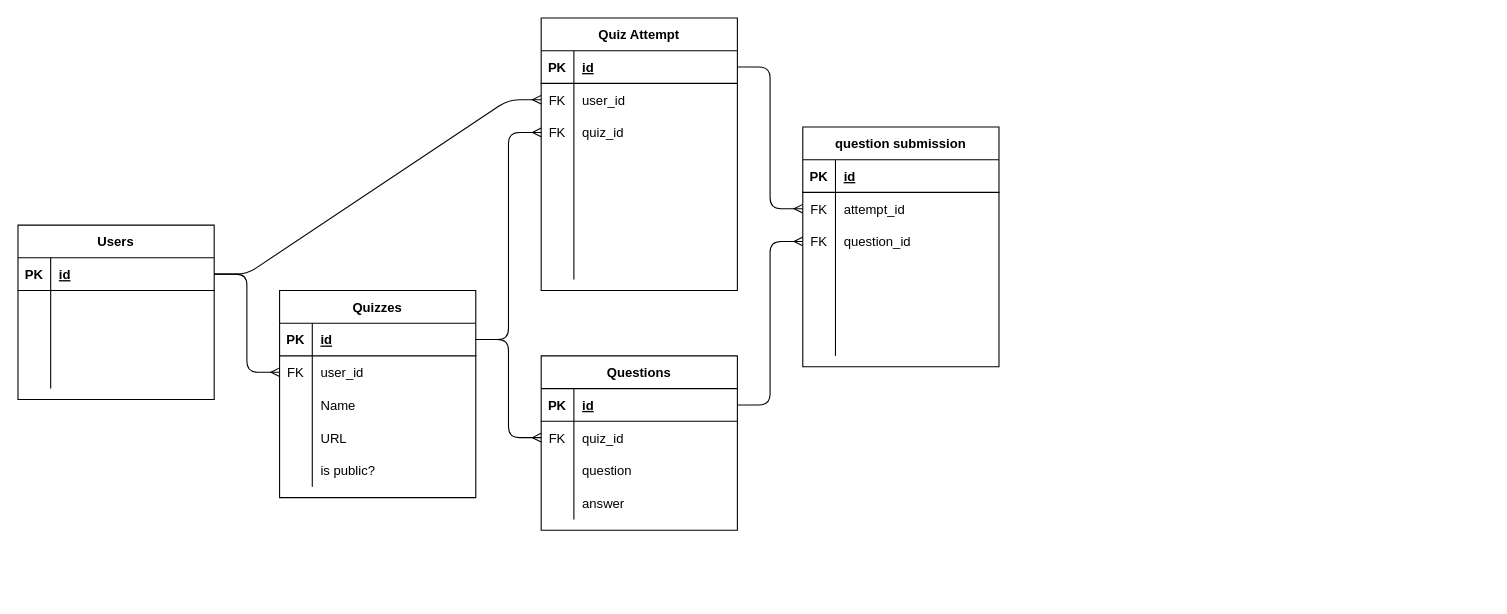
The draw.io diagram ERD.drawio in zhaxxDev/DeonNathanZMidterm, before the edit. Source tidied: cells renumbered, new cells numbered last; positions are measured from the earlier drawing's top-left corner, leaving out a move shared by most shapes. Both pictures are drawn from the tidied source at 109%, with x=0, y=0 at pixel (17, 17).
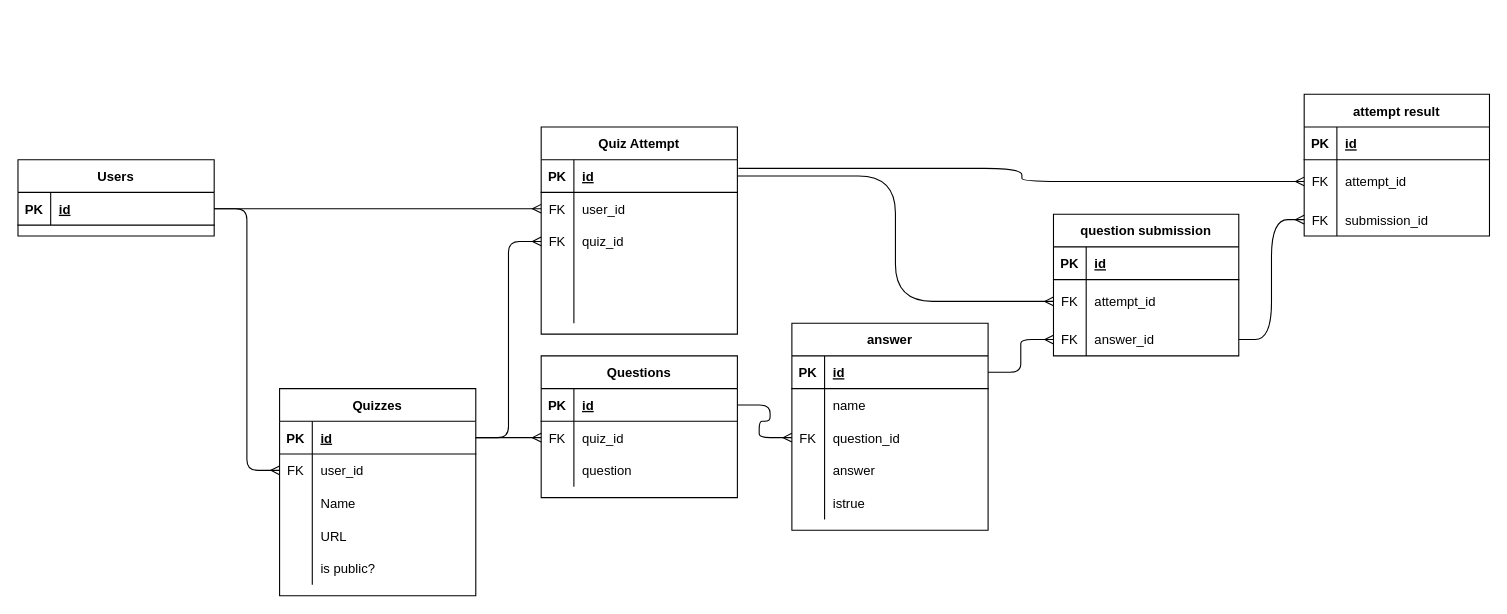
The same diagram, later.

Unchanged cells that the change refers to:
```xml
<mxCell id="33" style="shape=partialRectangle;fillColor=none;top=0;left=0;bottom=1;right=0;points=[[0,0.5],[1,0.5]];portConstraint=eastwest;" parent="32" vertex="1">
  <mxGeometry y="30" width="180" height="30" as="geometry" />
</mxCell>
<mxCell id="56" style="shape=partialRectangle;fillColor=none;top=0;left=0;bottom=1;right=0;points=[[0,0.5],[1,0.5]];portConstraint=eastwest;" parent="55" vertex="1">
  <mxGeometry y="30" width="180" height="30" as="geometry" />
</mxCell>
```

The edit, as a diff of the source:
```diff
@@
     <mxCell id="2" value="Users" style="shape=table;startSize=30;childLayout=tableLayout;rowLines=0;fontStyle=1;align=center;" parent="1" vertex="1">
-      <mxGeometry y="190" width="180" height="160" as="geometry" />
+      <mxGeometry y="130" width="180" height="70" as="geometry" />
     </mxCell>
@@
-    <mxCell id="6" style="shape=partialRectangle;fillColor=none;top=0;left=0;bottom=0;right=0;" parent="2" vertex="1">
-      <mxGeometry y="60" width="180" height="30" as="geometry" />
-    </mxCell>
-    <mxCell id="7" style="shape=partialRectangle;fillColor=none;top=0;left=0;bottom=0;right=0;overflow=hidden;" parent="6" vertex="1">
-      <mxGeometry width="30" height="30" as="geometry" />
-    </mxCell>
-    <mxCell id="8" style="shape=partialRectangle;fillColor=none;top=0;left=0;bottom=0;right=0;align=left;spacingLeft=6;overflow=hidden;" parent="6" vertex="1">
-      <mxGeometry x="30" width="150" height="30" as="geometry" />
-    </mxCell>
-    <mxCell id="9" style="shape=partialRectangle;fillColor=none;top=0;left=0;bottom=0;right=0;points=[[0,0.5],[1,0.5]];portConstraint=eastwest;" parent="2" vertex="1">
-      <mxGeometry y="90" width="180" height="30" as="geometry" />
-    </mxCell>
-    <mxCell id="10" style="shape=partialRectangle;fillColor=none;top=0;left=0;bottom=0;right=0;overflow=hidden;" parent="9" vertex="1">
-      <mxGeometry width="30" height="30" as="geometry" />
-    </mxCell>
-    <mxCell id="11" style="shape=partialRectangle;fillColor=none;top=0;left=0;bottom=0;right=0;align=left;spacingLeft=6;overflow=hidden;" parent="9" vertex="1">
-      <mxGeometry x="30" width="150" height="30" as="geometry" />
-    </mxCell>
-    <mxCell id="12" style="shape=partialRectangle;fillColor=none;top=0;left=0;bottom=0;right=0;" parent="2" vertex="1">
-      <mxGeometry y="120" width="180" height="30" as="geometry" />
-    </mxCell>
-    <mxCell id="13" style="shape=partialRectangle;fillColor=none;top=0;left=0;bottom=0;right=0;overflow=hidden;" parent="12" vertex="1">
-      <mxGeometry width="30" height="30" as="geometry" />
-    </mxCell>
-    <mxCell id="14" style="shape=partialRectangle;fillColor=none;top=0;left=0;bottom=0;right=0;align=left;spacingLeft=6;overflow=hidden;" parent="12" vertex="1">
-      <mxGeometry x="30" width="150" height="30" as="geometry" />
-    </mxCell>
     <mxCell id="15" value="Quizzes" style="shape=table;startSize=30;childLayout=tableLayout;rowLines=0;fontStyle=1;align=center;" parent="1" vertex="1">
-      <mxGeometry x="240" y="250" width="180" height="190" as="geometry" />
+      <mxGeometry x="240" y="340" width="180" height="190" as="geometry" />
     </mxCell>
@@
     <mxCell id="32" value="Quiz Attempt" style="shape=table;startSize=30;childLayout=tableLayout;rowLines=0;fontStyle=1;align=center;" parent="1" vertex="1">
-      <mxGeometry x="480" width="180" height="250" as="geometry" />
+      <mxGeometry x="480" y="100" width="180" height="190" as="geometry" />
     </mxCell>
@@
-    <mxCell id="48" style="shape=partialRectangle;fillColor=none;top=0;left=0;bottom=0;right=0;" parent="32" vertex="1">
-      <mxGeometry y="180" width="180" height="30" as="geometry" />
-    </mxCell>
-    <mxCell id="49" style="shape=partialRectangle;fillColor=none;top=0;left=0;bottom=0;right=0;overflow=hidden;" parent="48" vertex="1">
-      <mxGeometry width="30" height="30" as="geometry" />
-    </mxCell>
-    <mxCell id="50" style="shape=partialRectangle;fillColor=none;top=0;left=0;bottom=0;right=0;align=left;spacingLeft=6;overflow=hidden;" parent="48" vertex="1">
-      <mxGeometry x="30" width="150" height="30" as="geometry" />
-    </mxCell>
-    <mxCell id="51" style="shape=partialRectangle;fillColor=none;top=0;left=0;bottom=0;right=0;" parent="32" vertex="1">
-      <mxGeometry y="210" width="180" height="30" as="geometry" />
-    </mxCell>
-    <mxCell id="52" style="shape=partialRectangle;fillColor=none;top=0;left=0;bottom=0;right=0;overflow=hidden;" parent="51" vertex="1">
-      <mxGeometry width="30" height="30" as="geometry" />
-    </mxCell>
-    <mxCell id="53" style="shape=partialRectangle;fillColor=none;top=0;left=0;bottom=0;right=0;align=left;spacingLeft=6;overflow=hidden;" parent="51" vertex="1">
-      <mxGeometry x="30" width="150" height="30" as="geometry" />
-    </mxCell>
@@
     <mxCell id="55" value="Questions" style="shape=table;startSize=30;childLayout=tableLayout;rowLines=0;fontStyle=1;align=center;" parent="1" vertex="1">
-      <mxGeometry x="480" y="310" width="180" height="160" as="geometry" />
+      <mxGeometry x="480" y="310" width="180" height="130" as="geometry" />
     </mxCell>
@@
-    <mxCell id="65" style="shape=partialRectangle;fillColor=none;top=0;left=0;bottom=0;right=0;" parent="55" vertex="1">
-      <mxGeometry y="120" width="180" height="30" as="geometry" />
-    </mxCell>
-    <mxCell id="66" style="shape=partialRectangle;fillColor=none;top=0;left=0;bottom=0;right=0;overflow=hidden;" parent="65" vertex="1">
-      <mxGeometry width="30" height="30" as="geometry" />
-    </mxCell>
-    <mxCell id="67" value="answer" style="shape=partialRectangle;fillColor=none;top=0;left=0;bottom=0;right=0;align=left;spacingLeft=6;overflow=hidden;" parent="65" vertex="1">
-      <mxGeometry x="30" width="150" height="30" as="geometry" />
-    </mxCell>
     <mxCell id="68" value="question submission" style="shape=table;startSize=30;childLayout=tableLayout;rowLines=0;fontStyle=1;align=center;" parent="1" vertex="1">
-      <mxGeometry x="720" y="100" width="180" height="220" as="geometry" />
+      <mxGeometry x="950" y="180" width="170" height="130" as="geometry" />
     </mxCell>
     <mxCell id="69" style="shape=partialRectangle;fillColor=none;top=0;left=0;bottom=1;right=0;" parent="68" vertex="1">
-      <mxGeometry y="30" width="180" height="30" as="geometry" />
+      <mxGeometry y="30" width="170" height="30" as="geometry" />
     </mxCell>
@@
     <mxCell id="71" value="id" style="shape=partialRectangle;fillColor=none;top=0;left=0;bottom=0;right=0;align=left;spacingLeft=6;fontStyle=5;overflow=hidden;" parent="69" vertex="1">
-      <mxGeometry x="30" width="150" height="30" as="geometry" />
+      <mxGeometry x="30" width="140" height="30" as="geometry" />
     </mxCell>
     <mxCell id="72" style="shape=partialRectangle;fillColor=none;top=0;left=0;bottom=0;right=0;points=[[0,0.5],[1,0.5]];portConstraint=eastwest;" parent="68" vertex="1">
-      <mxGeometry y="60" width="180" height="30" as="geometry" />
+      <mxGeometry y="60" width="170" height="40" as="geometry" />
     </mxCell>
     <mxCell id="73" value="FK" style="shape=partialRectangle;fillColor=none;top=0;left=0;bottom=0;right=0;overflow=hidden;" parent="72" vertex="1">
-      <mxGeometry width="30" height="30" as="geometry" />
+      <mxGeometry width="30" height="40" as="geometry" />
     </mxCell>
     <mxCell id="74" value="attempt_id" style="shape=partialRectangle;fillColor=none;top=0;left=0;bottom=0;right=0;align=left;spacingLeft=6;overflow=hidden;" parent="72" vertex="1">
-      <mxGeometry x="30" width="150" height="30" as="geometry" />
+      <mxGeometry x="30" width="140" height="40" as="geometry" />
     </mxCell>
     <mxCell id="75" style="shape=partialRectangle;fillColor=none;top=0;left=0;bottom=0;right=0;points=[[0,0.5],[1,0.5]];portConstraint=eastwest;" parent="68" vertex="1">
-      <mxGeometry y="90" width="180" height="30" as="geometry" />
+      <mxGeometry y="100" width="170" height="30" as="geometry" />
     </mxCell>
@@
-    <mxCell id="77" value="question_id" style="shape=partialRectangle;fillColor=none;top=0;left=0;bottom=0;right=0;align=left;spacingLeft=6;overflow=hidden;" parent="75" vertex="1">
-      <mxGeometry x="30" width="150" height="30" as="geometry" />
+    <mxCell id="77" value="answer_id" style="shape=partialRectangle;fillColor=none;top=0;left=0;bottom=0;right=0;align=left;spacingLeft=6;overflow=hidden;" parent="75" vertex="1">
+      <mxGeometry x="30" width="140" height="30" as="geometry" />
     </mxCell>
-    <mxCell id="78" style="shape=partialRectangle;fillColor=none;top=0;left=0;bottom=0;right=0;" parent="68" vertex="1">
-      <mxGeometry y="120" width="180" height="30" as="geometry" />
-    </mxCell>
-    <mxCell id="79" style="shape=partialRectangle;fillColor=none;top=0;left=0;bottom=0;right=0;overflow=hidden;" parent="78" vertex="1">
-      <mxGeometry width="30" height="30" as="geometry" />
-    </mxCell>
-    <mxCell id="80" style="shape=partialRectangle;fillColor=none;top=0;left=0;bottom=0;right=0;align=left;spacingLeft=6;overflow=hidden;" parent="78" vertex="1">
-      <mxGeometry x="30" width="150" height="30" as="geometry" />
-    </mxCell>
-    <mxCell id="81" style="shape=partialRectangle;fillColor=none;top=0;left=0;bottom=0;right=0;" parent="68" vertex="1">
-      <mxGeometry y="150" width="180" height="30" as="geometry" />
-    </mxCell>
-    <mxCell id="82" style="shape=partialRectangle;fillColor=none;top=0;left=0;bottom=0;right=0;overflow=hidden;" parent="81" vertex="1">
-      <mxGeometry width="30" height="30" as="geometry" />
-    </mxCell>
-    <mxCell id="83" style="shape=partialRectangle;fillColor=none;top=0;left=0;bottom=0;right=0;align=left;spacingLeft=6;overflow=hidden;" parent="81" vertex="1">
-      <mxGeometry x="30" width="150" height="30" as="geometry" />
-    </mxCell>
-    <mxCell id="84" style="shape=partialRectangle;fillColor=none;top=0;left=0;bottom=0;right=0;" parent="68" vertex="1">
-      <mxGeometry y="180" width="180" height="30" as="geometry" />
-    </mxCell>
-    <mxCell id="85" style="shape=partialRectangle;fillColor=none;top=0;left=0;bottom=0;right=0;overflow=hidden;" parent="84" vertex="1">
-      <mxGeometry width="30" height="30" as="geometry" />
-    </mxCell>
-    <mxCell id="86" style="shape=partialRectangle;fillColor=none;top=0;left=0;bottom=0;right=0;align=left;spacingLeft=6;overflow=hidden;" parent="84" vertex="1">
-      <mxGeometry x="30" width="150" height="30" as="geometry" />
-    </mxCell>
@@
-    <mxCell id="88" style="edgeStyle=entityRelationEdgeStyle;fontSize=12;html=1;endArrow=ERmany;entryX=0;entryY=0.5;entryDx=0;entryDy=0;" parent="1" edge="1" source="33" target="72">
+    <mxCell id="88" style="edgeStyle=elbowEdgeStyle;fontSize=12;html=1;endArrow=ERmany;exitX=1;exitY=0.5;exitDx=0;exitDy=0;rounded=1;jumpSize=0;arcSize=68;" parent="1" edge="1" source="33" target="72">
       <mxGeometry relative="1" as="geometry" />
     </mxCell>
-    <mxCell id="89" style="edgeStyle=entityRelationEdgeStyle;fontSize=12;html=1;endArrow=ERmany;entryX=0;entryY=0.5;entryDx=0;entryDy=0;" parent="1" edge="1" source="56" target="75">
+    <mxCell id="89" style="edgeStyle=entityRelationEdgeStyle;fontSize=12;html=1;endArrow=ERmany;entryX=0;entryY=0.5;entryDx=0;entryDy=0;" parent="1" edge="1" source="56" target="9">
       <mxGeometry relative="1" as="geometry" />
     </mxCell>
@@
+    <mxCell id="91" value="answer" style="shape=table;startSize=30;childLayout=tableLayout;rowLines=0;fontStyle=1;align=center;" parent="1" vertex="1">
+      <mxGeometry x="710" y="280" width="180" height="190" as="geometry" />
+    </mxCell>
+    <mxCell id="92" style="shape=partialRectangle;fillColor=none;top=0;left=0;bottom=1;right=0;points=[[0,0.5],[1,0.5]];portConstraint=eastwest;" parent="91" vertex="1">
+      <mxGeometry y="30" width="180" height="30" as="geometry" />
+    </mxCell>
+    <mxCell id="93" value="PK" style="shape=partialRectangle;fillColor=none;top=0;left=0;bottom=0;right=0;fontStyle=1;overflow=hidden;" parent="92" vertex="1">
+      <mxGeometry width="30" height="30" as="geometry" />
+    </mxCell>
+    <mxCell id="94" value="id" style="shape=partialRectangle;fillColor=none;top=0;left=0;bottom=0;right=0;align=left;spacingLeft=6;fontStyle=5;overflow=hidden;" parent="92" vertex="1">
+      <mxGeometry x="30" width="150" height="30" as="geometry" />
+    </mxCell>
+    <mxCell id="6" style="shape=partialRectangle;fillColor=none;top=0;left=0;bottom=0;right=0;" parent="91" vertex="1">
+      <mxGeometry y="60" width="180" height="30" as="geometry" />
+    </mxCell>
+    <mxCell id="95" style="shape=partialRectangle;fillColor=none;top=0;left=0;bottom=0;right=0;overflow=hidden;" parent="6" vertex="1">
+      <mxGeometry width="30" height="30" as="geometry" />
+    </mxCell>
+    <mxCell id="96" value="name" style="shape=partialRectangle;fillColor=none;top=0;left=0;bottom=0;right=0;align=left;spacingLeft=6;overflow=hidden;" parent="6" vertex="1">
+      <mxGeometry x="30" width="150" height="30" as="geometry" />
+    </mxCell>
+    <mxCell id="9" style="shape=partialRectangle;fillColor=none;top=0;left=0;bottom=0;right=0;points=[[0,0.5],[1,0.5]];portConstraint=eastwest;" parent="91" vertex="1">
+      <mxGeometry y="90" width="180" height="30" as="geometry" />
+    </mxCell>
+    <mxCell id="97" value="FK" style="shape=partialRectangle;fillColor=none;top=0;left=0;bottom=0;right=0;overflow=hidden;" parent="9" vertex="1">
+      <mxGeometry width="30" height="30" as="geometry" />
+    </mxCell>
+    <mxCell id="98" value="question_id" style="shape=partialRectangle;fillColor=none;top=0;left=0;bottom=0;right=0;align=left;spacingLeft=6;overflow=hidden;" parent="9" vertex="1">
+      <mxGeometry x="30" width="150" height="30" as="geometry" />
+    </mxCell>
+    <mxCell id="99" style="shape=partialRectangle;fillColor=none;top=0;left=0;bottom=0;right=0;" parent="91" vertex="1">
+      <mxGeometry y="120" width="180" height="30" as="geometry" />
+    </mxCell>
+    <mxCell id="100" style="shape=partialRectangle;fillColor=none;top=0;left=0;bottom=0;right=0;overflow=hidden;" parent="99" vertex="1">
+      <mxGeometry width="30" height="30" as="geometry" />
+    </mxCell>
+    <mxCell id="67" value="answer" style="shape=partialRectangle;fillColor=none;top=0;left=0;bottom=0;right=0;align=left;spacingLeft=6;overflow=hidden;" parent="99" vertex="1">
+      <mxGeometry x="30" width="150" height="30" as="geometry" />
+    </mxCell>
+    <mxCell id="81" style="shape=partialRectangle;fillColor=none;top=0;left=0;bottom=0;right=0;" parent="91" vertex="1">
+      <mxGeometry y="150" width="180" height="30" as="geometry" />
+    </mxCell>
+    <mxCell id="101" style="shape=partialRectangle;fillColor=none;top=0;left=0;bottom=0;right=0;overflow=hidden;" parent="81" vertex="1">
+      <mxGeometry width="30" height="30" as="geometry" />
+    </mxCell>
+    <mxCell id="102" value="istrue" style="shape=partialRectangle;fillColor=none;top=0;left=0;bottom=0;right=0;align=left;spacingLeft=6;overflow=hidden;" parent="81" vertex="1">
+      <mxGeometry x="30" width="150" height="30" as="geometry" />
+    </mxCell>
+    <mxCell id="103" style="edgeStyle=entityRelationEdgeStyle;fontSize=12;html=1;endArrow=ERmany;entryX=0;entryY=0.5;entryDx=0;entryDy=0;exitX=1;exitY=0.5;exitDx=0;exitDy=0;" parent="1" edge="1" source="92" target="75">
+      <mxGeometry relative="1" as="geometry" />
+    </mxCell>
+    <mxCell id="104" value="attempt result" style="shape=table;startSize=30;childLayout=tableLayout;rowLines=0;fontStyle=1;align=center;" parent="1" vertex="1">
+      <mxGeometry x="1180" y="70" width="170" height="130" as="geometry" />
+    </mxCell>
+    <mxCell id="105" style="shape=partialRectangle;fillColor=none;top=0;left=0;bottom=1;right=0;" parent="104" vertex="1">
+      <mxGeometry y="30" width="170" height="30" as="geometry" />
+    </mxCell>
+    <mxCell id="106" value="PK" style="shape=partialRectangle;fillColor=none;top=0;left=0;bottom=0;right=0;fontStyle=1;overflow=hidden;" parent="105" vertex="1">
+      <mxGeometry width="30" height="30" as="geometry" />
+    </mxCell>
+    <mxCell id="107" value="id" style="shape=partialRectangle;fillColor=none;top=0;left=0;bottom=0;right=0;align=left;spacingLeft=6;fontStyle=5;overflow=hidden;" parent="105" vertex="1">
+      <mxGeometry x="30" width="140" height="30" as="geometry" />
+    </mxCell>
+    <mxCell id="108" style="shape=partialRectangle;fillColor=none;top=0;left=0;bottom=0;right=0;points=[[0,0.5],[1,0.5]];portConstraint=eastwest;" parent="104" vertex="1">
+      <mxGeometry y="60" width="170" height="40" as="geometry" />
+    </mxCell>
+    <mxCell id="109" value="FK" style="shape=partialRectangle;fillColor=none;top=0;left=0;bottom=0;right=0;overflow=hidden;" parent="108" vertex="1">
+      <mxGeometry width="30" height="40" as="geometry" />
+    </mxCell>
+    <mxCell id="110" value="attempt_id" style="shape=partialRectangle;fillColor=none;top=0;left=0;bottom=0;right=0;align=left;spacingLeft=6;overflow=hidden;" parent="108" vertex="1">
+      <mxGeometry x="30" width="140" height="40" as="geometry" />
+    </mxCell>
+    <mxCell id="111" style="shape=partialRectangle;fillColor=none;top=0;left=0;bottom=0;right=0;points=[[0,0.5],[1,0.5]];portConstraint=eastwest;" parent="104" vertex="1">
+      <mxGeometry y="100" width="170" height="30" as="geometry" />
+    </mxCell>
+    <mxCell id="112" value="FK" style="shape=partialRectangle;fillColor=none;top=0;left=0;bottom=0;right=0;overflow=hidden;" parent="111" vertex="1">
+      <mxGeometry width="30" height="30" as="geometry" />
+    </mxCell>
+    <mxCell id="113" value="submission_id" style="shape=partialRectangle;fillColor=none;top=0;left=0;bottom=0;right=0;align=left;spacingLeft=6;overflow=hidden;" parent="111" vertex="1">
+      <mxGeometry x="30" width="140" height="30" as="geometry" />
+    </mxCell>
+    <mxCell id="114" style="edgeStyle=elbowEdgeStyle;fontSize=12;html=1;endArrow=ERmany;rounded=1;jumpSize=0;arcSize=68;entryX=0;entryY=0.5;entryDx=0;entryDy=0;" parent="1" edge="1" source="75" target="111">
+      <mxGeometry relative="1" as="geometry" />
+    </mxCell>
+    <mxCell id="115" style="edgeStyle=elbowEdgeStyle;fontSize=12;html=1;endArrow=ERmany;exitX=1.006;exitY=0.267;exitDx=0;exitDy=0;rounded=1;jumpSize=0;arcSize=68;exitPerimeter=0;entryX=0;entryY=0.5;entryDx=0;entryDy=0;" parent="1" edge="1" source="33" target="108">
+      <mxGeometry relative="1" as="geometry" />
+    </mxCell>
```
